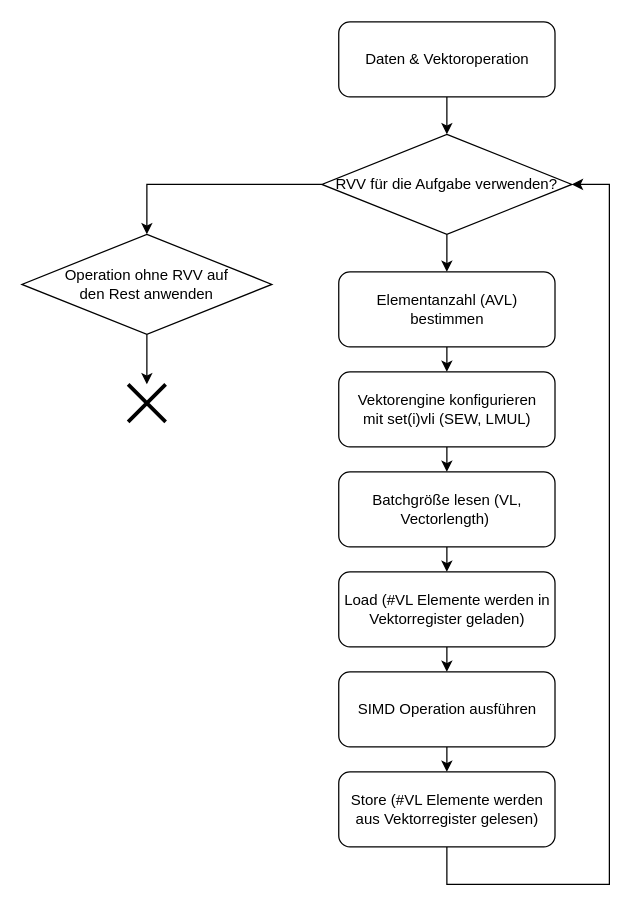
Above: Bilder/StripMining.drawio in WolfgangBischoffTHAB/Bachelorarbeit_Report (draw.io), before the change. Source tidied: cells renumbered, new cells numbered last; positions are measured from the earlier drawing's top-left corner, leaving out a move shared by most shapes. Both pictures are drawn from the tidied source at 125%, with x=0, y=0 at pixel (21, 21).
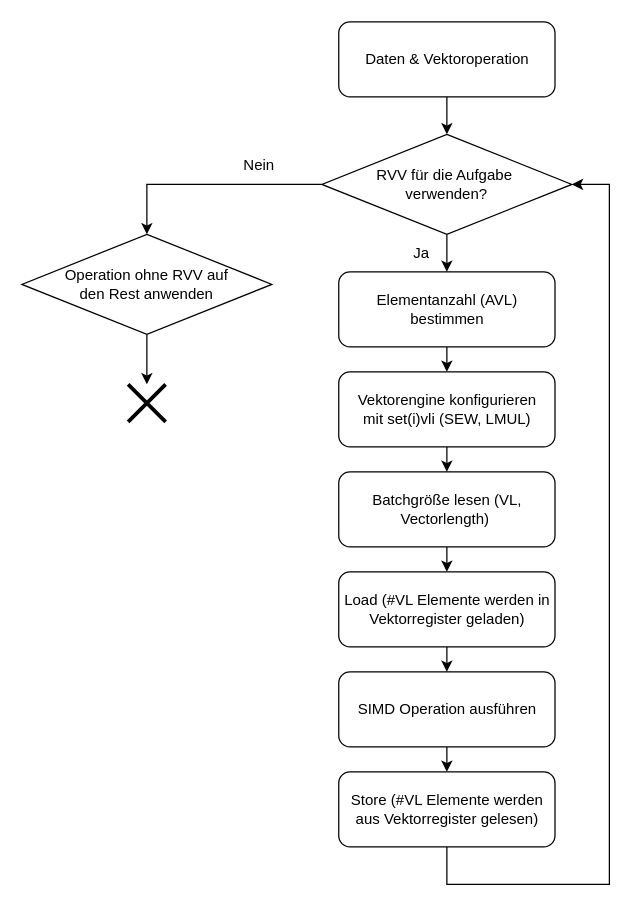
After the change.

Diff of the diagram source:
```diff
@@
-    <mxCell id="2" value="RVV für die Aufgabe verwenden?" style="rhombus;whiteSpace=wrap;html=1;" parent="1" vertex="1">
+    <mxCell id="2" value="RVV für die Aufgabe&amp;nbsp;&lt;div&gt;verwenden?&lt;/div&gt;" style="rhombus;whiteSpace=wrap;html=1;" parent="1" vertex="1">
       <mxGeometry x="240" y="90" width="200" height="80" as="geometry" />
     </mxCell>
@@
+    <mxCell id="22" value="Nein" style="text;html=1;whiteSpace=wrap;strokeColor=none;fillColor=none;align=center;verticalAlign=middle;rounded=0;" parent="1" vertex="1">
+      <mxGeometry x="160" y="100" width="60" height="30" as="geometry" />
+    </mxCell>
+    <mxCell id="23" value="Ja" style="text;html=1;whiteSpace=wrap;strokeColor=none;fillColor=none;align=center;verticalAlign=middle;rounded=0;" parent="1" vertex="1">
+      <mxGeometry x="290" y="170" width="60" height="30" as="geometry" />
+    </mxCell>
```
